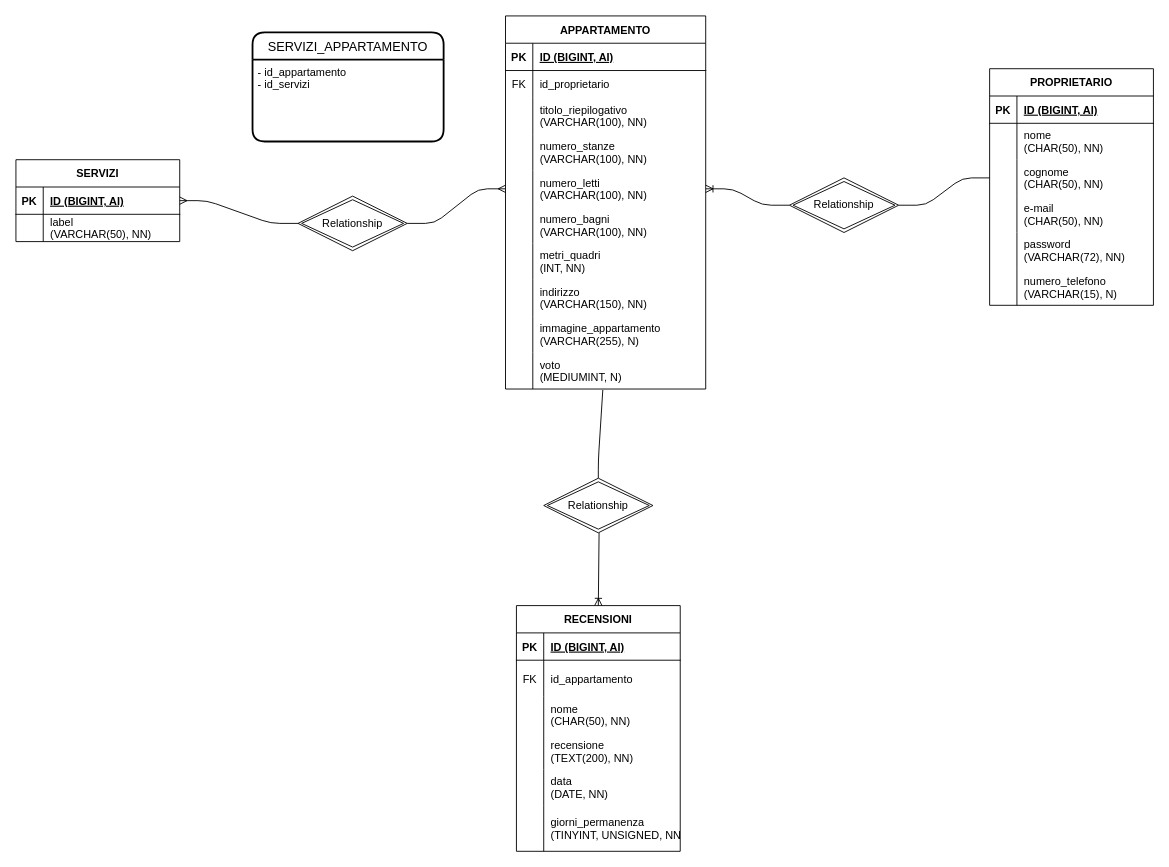
This is database/schema_db.drawio from deca-francesco/pjw-t5-boolbnb, a draw.io file, before an edit. Source tidied: cells renumbered, new cells numbered last; positions are measured from the earlier drawing's top-left corner, leaving out a move shared by most shapes. Both pictures are drawn from the tidied source at 91%, with x=0, y=0 at pixel (15, 15).
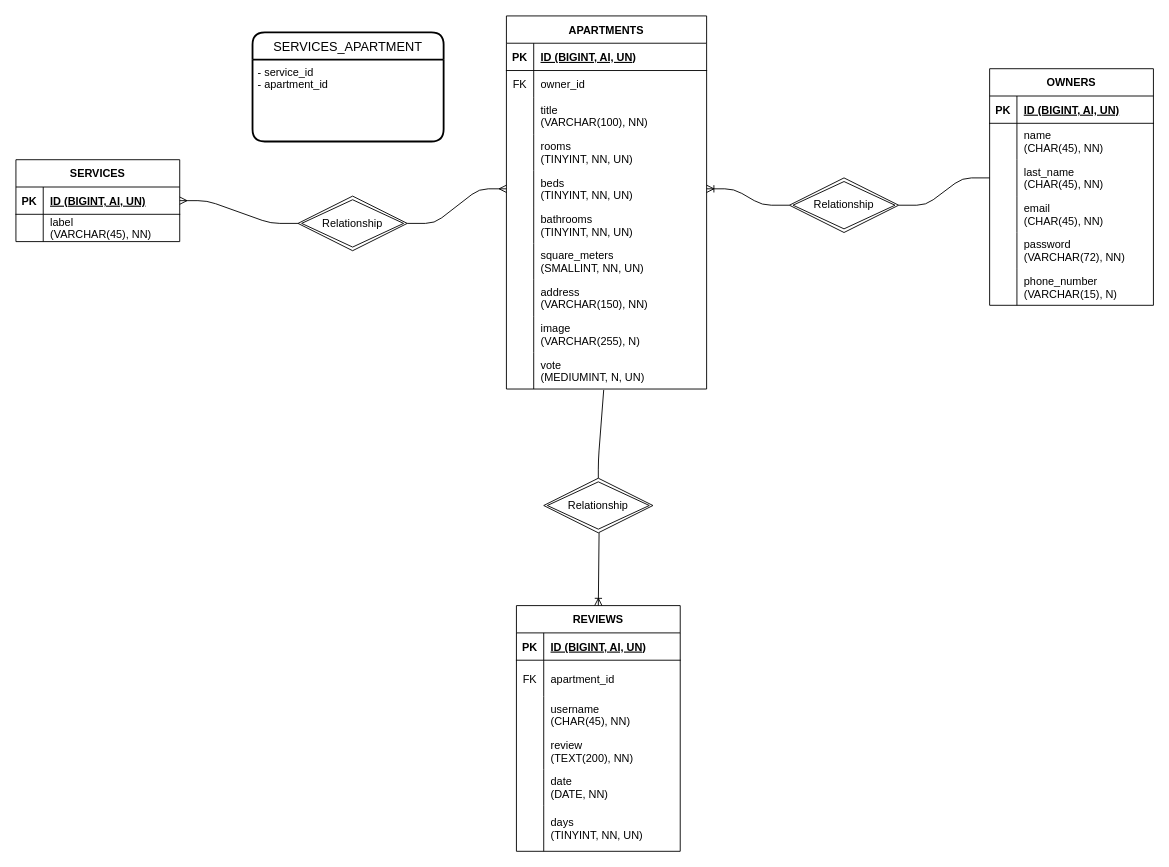
Above is the later version.

Commit message:
add changes to database schema

The change refers to these unchanged cells:
```xml
<mxCell id="3" style="shape=tableRow;horizontal=0;startSize=0;swimlaneHead=0;swimlaneBody=0;fillColor=none;top=0;left=0;right=0;bottom=1;" parent="2" vertex="1">
  <mxGeometry y="30" width="220" height="30" as="geometry" />
</mxCell>
<mxCell id="6" style="shape=tableRow;horizontal=0;startSize=0;swimlaneHead=0;swimlaneBody=0;fillColor=none;top=0;left=0;right=0;bottom=0;" parent="2" vertex="1">
  <mxGeometry y="60" width="220" height="30" as="geometry" />
</mxCell>
<mxCell id="9" style="shape=tableRow;horizontal=0;startSize=0;swimlaneHead=0;swimlaneBody=0;fillColor=none;top=0;left=0;right=0;bottom=0;" parent="2" vertex="1">
  <mxGeometry y="90" width="220" height="40" as="geometry" />
</mxCell>
<mxCell id="12" style="shape=tableRow;horizontal=0;startSize=0;swimlaneHead=0;swimlaneBody=0;fillColor=none;top=0;left=0;right=0;bottom=0;" parent="2" vertex="1">
  <mxGeometry y="130" width="220" height="40" as="geometry" />
</mxCell>
<mxCell id="15" style="shape=tableRow;horizontal=0;startSize=0;swimlaneHead=0;swimlaneBody=0;fillColor=none;points=[[0,0.5],[1,0.5]];portConstraint=eastwest;top=0;left=0;right=0;bottom=0;" parent="2" vertex="1">
  <mxGeometry y="170" width="220" height="40" as="geometry" />
</mxCell>
<mxCell id="18" style="shape=tableRow;horizontal=0;startSize=0;swimlaneHead=0;swimlaneBody=0;fillColor=none;top=0;left=0;right=0;bottom=0;" parent="2" vertex="1">
  <mxGeometry y="210" width="220" height="40" as="geometry" />
</mxCell>
<mxCell id="21" style="shape=tableRow;horizontal=0;startSize=0;swimlaneHead=0;swimlaneBody=0;fillColor=none;top=0;left=0;right=0;bottom=0;" parent="2" vertex="1">
  <mxGeometry y="250" width="220" height="40" as="geometry" />
</mxCell>
<mxCell id="24" style="shape=tableRow;horizontal=0;startSize=0;swimlaneHead=0;swimlaneBody=0;fillColor=none;top=0;left=0;right=0;bottom=0;" parent="2" vertex="1">
  <mxGeometry y="290" width="220" height="40" as="geometry" />
</mxCell>
<mxCell id="27" style="shape=tableRow;horizontal=0;startSize=0;swimlaneHead=0;swimlaneBody=0;fillColor=none;top=0;left=0;right=0;bottom=0;" parent="2" vertex="1">
  <mxGeometry y="330" width="220" height="40" as="geometry" />
</mxCell>
<mxCell id="30" style="shape=tableRow;horizontal=0;startSize=0;swimlaneHead=0;swimlaneBody=0;fillColor=none;points=[[0,0.5],[1,0.5]];portConstraint=eastwest;top=0;left=0;right=0;bottom=0;" parent="2" vertex="1">
  <mxGeometry y="370" width="220" height="40" as="geometry" />
</mxCell>
<mxCell id="34" style="shape=tableRow;horizontal=0;startSize=0;swimlaneHead=0;swimlaneBody=0;fillColor=none;top=0;left=0;right=0;bottom=1;" parent="33" vertex="1">
  <mxGeometry y="30" width="180" height="30" as="geometry" />
</mxCell>
<mxCell id="37" style="shape=tableRow;horizontal=0;startSize=0;swimlaneHead=0;swimlaneBody=0;fillColor=none;top=0;left=0;right=0;bottom=0;" parent="33" vertex="1">
  <mxGeometry y="60" width="180" height="40" as="geometry" />
</mxCell>
<mxCell id="40" style="shape=tableRow;horizontal=0;startSize=0;swimlaneHead=0;swimlaneBody=0;fillColor=none;points=[[0,0.5],[1,0.5]];portConstraint=eastwest;top=0;left=0;right=0;bottom=0;" parent="33" vertex="1">
  <mxGeometry y="100" width="180" height="40" as="geometry" />
</mxCell>
<mxCell id="43" style="shape=tableRow;horizontal=0;startSize=0;swimlaneHead=0;swimlaneBody=0;fillColor=none;top=0;left=0;right=0;bottom=0;" parent="33" vertex="1">
  <mxGeometry y="140" width="180" height="40" as="geometry" />
</mxCell>
<mxCell id="49" style="shape=tableRow;horizontal=0;startSize=0;swimlaneHead=0;swimlaneBody=0;fillColor=none;top=0;left=0;right=0;bottom=0;" parent="33" vertex="1">
  <mxGeometry y="220" width="180" height="40" as="geometry" />
</mxCell>
<mxCell id="56" style="shape=tableRow;horizontal=0;startSize=0;swimlaneHead=0;swimlaneBody=0;fillColor=none;points=[[0,0.5],[1,0.5]];portConstraint=eastwest;top=0;left=0;right=0;bottom=1;" parent="55" vertex="1">
  <mxGeometry y="30" width="180" height="30" as="geometry" />
</mxCell>
<mxCell id="59" style="shape=tableRow;horizontal=0;startSize=0;swimlaneHead=0;swimlaneBody=0;fillColor=none;top=0;left=0;right=0;bottom=0;" parent="55" vertex="1">
  <mxGeometry y="60" width="180" height="30" as="geometry" />
</mxCell>
<mxCell id="69" style="shape=tableRow;horizontal=0;startSize=0;swimlaneHead=0;swimlaneBody=0;fillColor=none;top=0;left=0;right=0;bottom=1;" parent="68" vertex="1">
  <mxGeometry y="30" width="180" height="30" as="geometry" />
</mxCell>
<mxCell id="72" style="shape=tableRow;horizontal=0;startSize=0;swimlaneHead=0;swimlaneBody=0;fillColor=none;top=0;left=0;right=0;bottom=0;" parent="68" vertex="1">
  <mxGeometry y="60" width="180" height="40" as="geometry" />
</mxCell>
<mxCell id="75" style="shape=tableRow;horizontal=0;startSize=0;swimlaneHead=0;swimlaneBody=0;fillColor=none;top=0;left=0;right=0;bottom=0;" parent="68" vertex="1">
  <mxGeometry y="100" width="180" height="40" as="geometry" />
</mxCell>
<mxCell id="78" style="shape=tableRow;horizontal=0;startSize=0;swimlaneHead=0;swimlaneBody=0;fillColor=none;top=0;left=0;right=0;bottom=0;" parent="68" vertex="1">
  <mxGeometry y="140" width="180" height="40" as="geometry" />
</mxCell>
<mxCell id="81" style="shape=tableRow;horizontal=0;startSize=0;swimlaneHead=0;swimlaneBody=0;fillColor=none;top=0;left=0;right=0;bottom=0;" parent="68" vertex="1">
  <mxGeometry y="180" width="180" height="40" as="geometry" />
</mxCell>
<mxCell id="84" style="shape=tableRow;horizontal=0;startSize=0;swimlaneHead=0;swimlaneBody=0;fillColor=none;top=0;left=0;right=0;bottom=0;" parent="68" vertex="1">
  <mxGeometry y="220" width="180" height="50" as="geometry" />
</mxCell>
```

The edit, as a diff of the source:
```diff
@@
-    <mxCell id="2" value="APPARTAMENTO" style="shape=table;startSize=30;childLayout=tableLayout;rowLines=0;fontStyle=1;align=center;" parent="1" vertex="1">
-      <mxGeometry x="538" width="220" height="410" as="geometry" />
+    <mxCell id="2" value="APARTMENTS" style="shape=table;startSize=30;childLayout=tableLayout;rowLines=0;fontStyle=1;align=center;" parent="1" vertex="1">
+      <mxGeometry x="539" width="220" height="410" as="geometry" />
     </mxCell>
@@
-    <mxCell id="5" value="ID (BIGINT, AI)" style="shape=partialRectangle;fillColor=none;top=0;left=0;bottom=0;right=0;align=left;spacingLeft=6;fontStyle=5;overflow=hidden;" parent="3" vertex="1">
+    <mxCell id="5" value="ID (BIGINT, AI, UN)" style="shape=partialRectangle;fillColor=none;top=0;left=0;bottom=0;right=0;align=left;spacingLeft=6;fontStyle=5;overflow=hidden;" parent="3" vertex="1">
       <mxGeometry x="30" width="190" height="30" as="geometry" />
     </mxCell>
@@
-    <mxCell id="8" value="id_proprietario" style="shape=partialRectangle;fillColor=none;top=0;left=0;bottom=0;right=0;align=left;spacingLeft=6;overflow=hidden;" parent="6" vertex="1">
+    <mxCell id="8" value="owner_id" style="shape=partialRectangle;fillColor=none;top=0;left=0;bottom=0;right=0;align=left;spacingLeft=6;overflow=hidden;" parent="6" vertex="1">
       <mxGeometry x="30" width="190" height="30" as="geometry" />
     </mxCell>
@@
-    <mxCell id="11" value="titolo_riepilogativo &#10;(VARCHAR(100), NN)" style="shape=partialRectangle;fillColor=none;top=0;left=0;bottom=0;right=0;align=left;spacingLeft=6;overflow=hidden;" parent="9" vertex="1">
+    <mxCell id="11" value="title&#10;(VARCHAR(100), NN)" style="shape=partialRectangle;fillColor=none;top=0;left=0;bottom=0;right=0;align=left;spacingLeft=6;overflow=hidden;" parent="9" vertex="1">
       <mxGeometry x="30" width="190" height="40" as="geometry" />
     </mxCell>
@@
-    <mxCell id="14" value="numero_stanze&#10;(VARCHAR(100), NN)" style="shape=partialRectangle;fillColor=none;top=0;left=0;bottom=0;right=0;align=left;spacingLeft=6;overflow=hidden;" parent="12" vertex="1">
+    <mxCell id="14" value="rooms&#10;(TINYINT, NN, UN)" style="shape=partialRectangle;fillColor=none;top=0;left=0;bottom=0;right=0;align=left;spacingLeft=6;overflow=hidden;" parent="12" vertex="1">
       <mxGeometry x="30" width="190" height="40" as="geometry" />
     </mxCell>
@@
-    <mxCell id="17" value="numero_letti&#10;(VARCHAR(100), NN)" style="shape=partialRectangle;fillColor=none;top=0;left=0;bottom=0;right=0;align=left;spacingLeft=6;overflow=hidden;" parent="15" vertex="1">
+    <mxCell id="17" value="beds&#10;(TINYINT, NN, UN)" style="shape=partialRectangle;fillColor=none;top=0;left=0;bottom=0;right=0;align=left;spacingLeft=6;overflow=hidden;" parent="15" vertex="1">
       <mxGeometry x="30" width="190" height="40" as="geometry" />
     </mxCell>
@@
-    <mxCell id="20" value="numero_bagni&#10;(VARCHAR(100), NN)" style="shape=partialRectangle;fillColor=none;top=0;left=0;bottom=0;right=0;align=left;spacingLeft=6;overflow=hidden;" parent="18" vertex="1">
+    <mxCell id="20" value="bathrooms&#10;(TINYINT, NN, UN)" style="shape=partialRectangle;fillColor=none;top=0;left=0;bottom=0;right=0;align=left;spacingLeft=6;overflow=hidden;" parent="18" vertex="1">
       <mxGeometry x="30" width="190" height="40" as="geometry" />
     </mxCell>
@@
-    <mxCell id="23" value="metri_quadri &#10;(INT, NN)" style="shape=partialRectangle;fillColor=none;top=0;left=0;bottom=0;right=0;align=left;spacingLeft=6;overflow=hidden;" parent="21" vertex="1">
+    <mxCell id="23" value="square_meters&#10;(SMALLINT, NN, UN)" style="shape=partialRectangle;fillColor=none;top=0;left=0;bottom=0;right=0;align=left;spacingLeft=6;overflow=hidden;" parent="21" vertex="1">
       <mxGeometry x="30" width="190" height="40" as="geometry" />
     </mxCell>
@@
-    <mxCell id="26" value="indirizzo&#10;(VARCHAR(150), NN)" style="shape=partialRectangle;fillColor=none;top=0;left=0;bottom=0;right=0;align=left;spacingLeft=6;overflow=hidden;" parent="24" vertex="1">
+    <mxCell id="26" value="address&#10;(VARCHAR(150), NN)" style="shape=partialRectangle;fillColor=none;top=0;left=0;bottom=0;right=0;align=left;spacingLeft=6;overflow=hidden;" parent="24" vertex="1">
       <mxGeometry x="30" width="190" height="40" as="geometry" />
     </mxCell>
@@
-    <mxCell id="29" value="immagine_appartamento&#10;(VARCHAR(255), N)" style="shape=partialRectangle;fillColor=none;top=0;left=0;bottom=0;right=0;align=left;spacingLeft=6;overflow=hidden;" parent="27" vertex="1">
+    <mxCell id="29" value="image&#10;(VARCHAR(255), N)" style="shape=partialRectangle;fillColor=none;top=0;left=0;bottom=0;right=0;align=left;spacingLeft=6;overflow=hidden;" parent="27" vertex="1">
       <mxGeometry x="30" width="190" height="40" as="geometry" />
     </mxCell>
@@
-    <mxCell id="32" value="voto&#10;(MEDIUMINT, N)" style="shape=partialRectangle;fillColor=none;top=0;left=0;bottom=0;right=0;align=left;spacingLeft=6;overflow=hidden;" parent="30" vertex="1">
+    <mxCell id="32" value="vote&#10;(MEDIUMINT, N, UN)" style="shape=partialRectangle;fillColor=none;top=0;left=0;bottom=0;right=0;align=left;spacingLeft=6;overflow=hidden;" parent="30" vertex="1">
       <mxGeometry x="30" width="190" height="40" as="geometry" />
     </mxCell>
-    <mxCell id="33" value="PROPRIETARIO" style="shape=table;startSize=30;childLayout=tableLayout;rowLines=0;fontStyle=1;align=center;" parent="1" vertex="1">
+    <mxCell id="33" value="OWNERS" style="shape=table;startSize=30;childLayout=tableLayout;rowLines=0;fontStyle=1;align=center;" parent="1" vertex="1">
       <mxGeometry x="1070" y="58" width="180" height="260" as="geometry" />
     </mxCell>
@@
-    <mxCell id="36" value="ID (BIGINT, AI)" style="shape=partialRectangle;fillColor=none;top=0;left=0;bottom=0;right=0;align=left;spacingLeft=6;fontStyle=5;overflow=hidden;" parent="34" vertex="1">
+    <mxCell id="36" value="ID (BIGINT, AI, UN)" style="shape=partialRectangle;fillColor=none;top=0;left=0;bottom=0;right=0;align=left;spacingLeft=6;fontStyle=5;overflow=hidden;" parent="34" vertex="1">
       <mxGeometry x="30" width="150" height="30" as="geometry" />
     </mxCell>
@@
-    <mxCell id="39" value="nome&#10;(CHAR(50), NN)" style="shape=partialRectangle;fillColor=none;top=0;left=0;bottom=0;right=0;align=left;spacingLeft=6;overflow=hidden;" parent="37" vertex="1">
+    <mxCell id="39" value="name&#10;(CHAR(45), NN)" style="shape=partialRectangle;fillColor=none;top=0;left=0;bottom=0;right=0;align=left;spacingLeft=6;overflow=hidden;" parent="37" vertex="1">
       <mxGeometry x="30" width="150" height="40" as="geometry" />
     </mxCell>
@@
-    <mxCell id="42" value="cognome&#10;(CHAR(50), NN)" style="shape=partialRectangle;fillColor=none;top=0;left=0;bottom=0;right=0;align=left;spacingLeft=6;overflow=hidden;" parent="40" vertex="1">
+    <mxCell id="42" value="last_name&#10;(CHAR(45), NN)" style="shape=partialRectangle;fillColor=none;top=0;left=0;bottom=0;right=0;align=left;spacingLeft=6;overflow=hidden;" parent="40" vertex="1">
       <mxGeometry x="30" width="150" height="40" as="geometry" />
     </mxCell>
@@
-    <mxCell id="45" value="e-mail&#10;(CHAR(50), NN)" style="shape=partialRectangle;fillColor=none;top=0;left=0;bottom=0;right=0;align=left;spacingLeft=6;overflow=hidden;" parent="43" vertex="1">
+    <mxCell id="45" value="email&#10;(CHAR(45), NN)" style="shape=partialRectangle;fillColor=none;top=0;left=0;bottom=0;right=0;align=left;spacingLeft=6;overflow=hidden;" parent="43" vertex="1">
       <mxGeometry x="30" width="150" height="40" as="geometry" />
     </mxCell>
@@
-    <mxCell id="51" value="numero_telefono&#10;(VARCHAR(15), N)" style="shape=partialRectangle;fillColor=none;top=0;left=0;bottom=0;right=0;align=left;spacingLeft=6;overflow=hidden;" parent="49" vertex="1">
+    <mxCell id="51" value="phone_number&#10;(VARCHAR(15), N)" style="shape=partialRectangle;fillColor=none;top=0;left=0;bottom=0;right=0;align=left;spacingLeft=6;overflow=hidden;" parent="49" vertex="1">
       <mxGeometry x="30" width="150" height="40" as="geometry" />
     </mxCell>
@@
-    <mxCell id="55" value="SERVIZI" style="shape=table;startSize=30;childLayout=tableLayout;rowLines=0;fontStyle=1;align=center;" parent="1" vertex="1">
+    <mxCell id="55" value="SERVICES" style="shape=table;startSize=30;childLayout=tableLayout;rowLines=0;fontStyle=1;align=center;" parent="1" vertex="1">
       <mxGeometry y="158" width="180" height="90" as="geometry" />
     </mxCell>
@@
-    <mxCell id="58" value="ID (BIGINT, AI)" style="shape=partialRectangle;fillColor=none;top=0;left=0;bottom=0;right=0;align=left;spacingLeft=6;fontStyle=5;overflow=hidden;" parent="56" vertex="1">
+    <mxCell id="58" value="ID (BIGINT, AI, UN)" style="shape=partialRectangle;fillColor=none;top=0;left=0;bottom=0;right=0;align=left;spacingLeft=6;fontStyle=5;overflow=hidden;" parent="56" vertex="1">
       <mxGeometry x="30" width="150" height="30" as="geometry" />
     </mxCell>
@@
-    <mxCell id="61" value="label &#10;(VARCHAR(50), NN)" style="shape=partialRectangle;fillColor=none;top=0;left=0;bottom=0;right=0;align=left;spacingLeft=6;overflow=hidden;" parent="59" vertex="1">
+    <mxCell id="61" value="label &#10;(VARCHAR(45), NN)" style="shape=partialRectangle;fillColor=none;top=0;left=0;bottom=0;right=0;align=left;spacingLeft=6;overflow=hidden;" parent="59" vertex="1">
       <mxGeometry x="30" width="150" height="30" as="geometry" />
     </mxCell>
-    <mxCell id="62" value="SERVIZI_APPARTAMENTO" style="swimlane;horizontal=1;startSize=30;rounded=1;fontSize=14;fontStyle=0;strokeWidth=2;shadow=0;dashed=0;align=center;" parent="1" vertex="1">
+    <mxCell id="62" value="SERVICES_APARTMENT" style="swimlane;horizontal=1;startSize=30;rounded=1;fontSize=14;fontStyle=0;strokeWidth=2;shadow=0;dashed=0;align=center;" parent="1" vertex="1">
       <mxGeometry x="260" y="18" width="210" height="120" as="geometry" />
     </mxCell>
-    <mxCell id="63" value="- id_appartamento&#10;- id_servizi" style="align=left;strokeColor=none;fillColor=none;spacingLeft=4;fontSize=12;verticalAlign=top;" parent="62" vertex="1">
+    <mxCell id="63" value="- service_id&#10;- apartment_id" style="align=left;strokeColor=none;fillColor=none;spacingLeft=4;fontSize=12;verticalAlign=top;" parent="62" vertex="1">
       <mxGeometry y="30" width="210" height="90" as="geometry" />
     </mxCell>
@@
-    <mxCell id="68" value="RECENSIONI" style="shape=table;startSize=30;childLayout=tableLayout;rowLines=0;fontStyle=1;align=center;" parent="1" vertex="1">
+    <mxCell id="68" value="REVIEWS" style="shape=table;startSize=30;childLayout=tableLayout;rowLines=0;fontStyle=1;align=center;" parent="1" vertex="1">
       <mxGeometry x="550" y="648" width="180" height="270" as="geometry" />
     </mxCell>
@@
-    <mxCell id="71" value="ID (BIGINT, AI)" style="shape=partialRectangle;fillColor=none;top=0;left=0;bottom=0;right=0;align=left;spacingLeft=6;fontStyle=5;overflow=hidden;" parent="69" vertex="1">
+    <mxCell id="71" value="ID (BIGINT, AI, UN)" style="shape=partialRectangle;fillColor=none;top=0;left=0;bottom=0;right=0;align=left;spacingLeft=6;fontStyle=5;overflow=hidden;" parent="69" vertex="1">
       <mxGeometry x="30" width="150" height="30" as="geometry" />
     </mxCell>
@@
-    <mxCell id="74" value="id_appartamento" style="shape=partialRectangle;fillColor=none;top=0;left=0;bottom=0;right=0;align=left;spacingLeft=6;overflow=hidden;" parent="72" vertex="1">
+    <mxCell id="74" value="apartment_id" style="shape=partialRectangle;fillColor=none;top=0;left=0;bottom=0;right=0;align=left;spacingLeft=6;overflow=hidden;" parent="72" vertex="1">
       <mxGeometry x="30" width="150" height="40" as="geometry" />
     </mxCell>
@@
-    <mxCell id="77" value="nome&#10;(CHAR(50), NN)" style="shape=partialRectangle;fillColor=none;top=0;left=0;bottom=0;right=0;align=left;spacingLeft=6;overflow=hidden;" parent="75" vertex="1">
+    <mxCell id="77" value="username&#10;(CHAR(45), NN)" style="shape=partialRectangle;fillColor=none;top=0;left=0;bottom=0;right=0;align=left;spacingLeft=6;overflow=hidden;" parent="75" vertex="1">
       <mxGeometry x="30" width="150" height="40" as="geometry" />
     </mxCell>
@@
-    <mxCell id="80" value="recensione&#10;(TEXT(200), NN)" style="shape=partialRectangle;fillColor=none;top=0;left=0;bottom=0;right=0;align=left;spacingLeft=6;overflow=hidden;" parent="78" vertex="1">
+    <mxCell id="80" value="review&#10;(TEXT(200), NN)" style="shape=partialRectangle;fillColor=none;top=0;left=0;bottom=0;right=0;align=left;spacingLeft=6;overflow=hidden;" parent="78" vertex="1">
       <mxGeometry x="30" width="150" height="40" as="geometry" />
     </mxCell>
@@
-    <mxCell id="83" value="data&#10;(DATE, NN)" style="shape=partialRectangle;fillColor=none;top=0;left=0;bottom=0;right=0;align=left;spacingLeft=6;overflow=hidden;" parent="81" vertex="1">
+    <mxCell id="83" value="date&#10;(DATE, NN)" style="shape=partialRectangle;fillColor=none;top=0;left=0;bottom=0;right=0;align=left;spacingLeft=6;overflow=hidden;" parent="81" vertex="1">
       <mxGeometry x="30" width="150" height="40" as="geometry" />
     </mxCell>
@@
-    <mxCell id="86" value="giorni_permanenza&#10;(TINYINT, UNSIGNED, NN)" style="shape=partialRectangle;fillColor=none;top=0;left=0;bottom=0;right=0;align=left;spacingLeft=6;overflow=hidden;" parent="84" vertex="1">
+    <mxCell id="86" value="days&#10;(TINYINT, NN, UN)" style="shape=partialRectangle;fillColor=none;top=0;left=0;bottom=0;right=0;align=left;spacingLeft=6;overflow=hidden;" parent="84" vertex="1">
       <mxGeometry x="30" width="150" height="50" as="geometry" />
     </mxCell>
```
